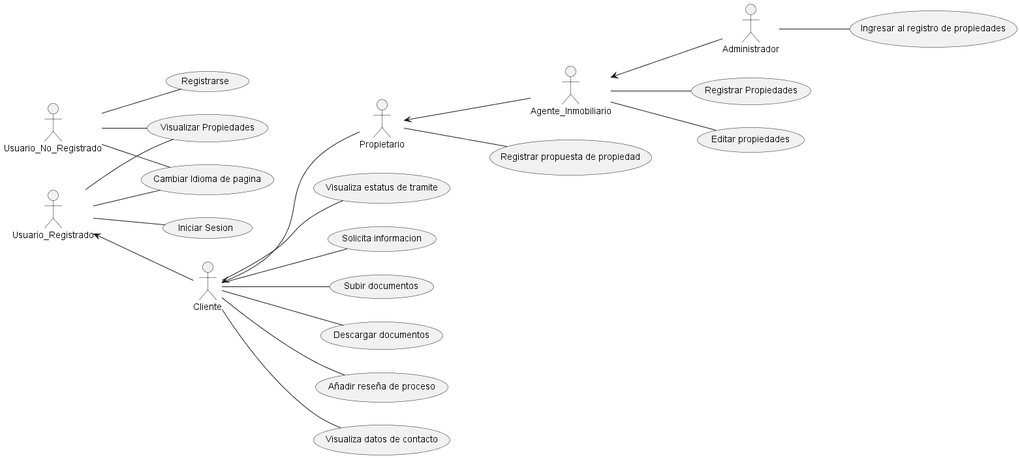
Above: out/UML Kiara/KIARA_Init/KIARA.png in mem0rias/KiaraDev (PlantUML), before the change.
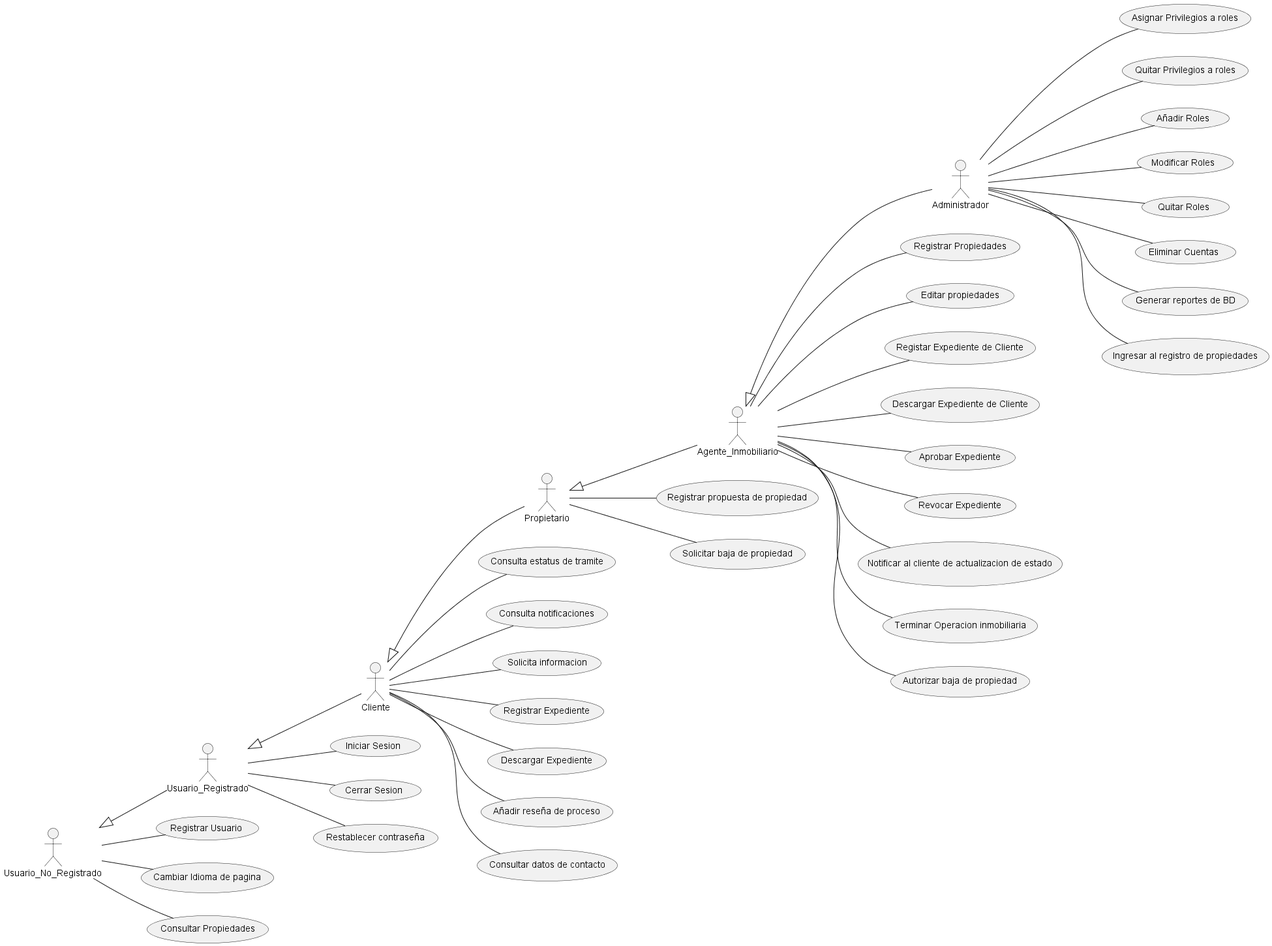
After the commit.

Commit message:
UML completo y corregido

The edit, as a diff of the source:
```diff
@@ -1,4 +1,5 @@
 @startuml KIARA
+
 left to right direction
 :Usuario_No_Registrado:
 :Usuario_Registrado:
@@ -6,46 +7,74 @@
 :Propietario:
 :Agente_Inmobiliario:
 :Administrador:
-(Registrarse) as (reg)
+(Registrar Usuario) as (reg)
+(Cambiar Idioma de pagina) as (traduccion)
+(Consultar Propiedades) as (consultprop)
 (Iniciar Sesion) as (init)
-(Cambiar Idioma de pagina) as (traduccion)
-(Visualizar Propiedades) as (consultprop)
-(Visualiza estatus de tramite) as (consultProc)
+(Cerrar Sesion) as (Logout)
+(Restablecer contraseña) as (fPassword)
+(Consulta estatus de tramite) as (consultProc)
+(Consulta notificaciones) as (CNotifs)
 (Solicita informacion) as (solicinfo)
-(Subir documentos) as (upload_docs)
-(Descargar documentos) as (download_docs)
+(Registrar Expediente) as (upload_docs)
+(Descargar Expediente) as (download_docs)
+(Añadir reseña de proceso) as (review)
+(Consultar datos de contacto) as (contact)
+(Registrar propuesta de propiedad) as (RegisPropuesta)
+(Solicitar baja de propiedad) as (BajaProp)
 (Registrar Propiedades) as (RegisProp)
-(Registrar propuesta de propiedad) as (RegisPropuesta)
 (Editar propiedades) as (Editar_propiedades)
+(Registar Expediente de Cliente) as (RegexpC)
+(Descargar Expediente de Cliente) as (DescexpC)
+(Aprobar Expediente) as (AproveExp)
+(Revocar Expediente) as (RevocExp)
+(Notificar al cliente de actualizacion de estado) as (Notificar)
+(Terminar Operacion inmobiliaria) as (tOperacion)
+(Autorizar baja de propiedad) as (bPropiedad)
+(Asignar Privilegios a roles) as (SetPrivs)
+(Quitar Privilegios a roles)  as (RmPrivs)
+(Añadir Roles) as (addRoles)
+(Modificar Roles) as (ModRoles)
+(Quitar Roles) as (rmRoles)
+(Eliminar Cuentas) as (rmAccount)
+(Generar reportes de BD) as (BDReport)
 (Ingresar al registro de propiedades) as (RegRev)
-(Añadir reseña de proceso) as (review)
-(Visualiza datos de contacto) as (contact)
 
+Usuario_No_Registrado <|-- Usuario_Registrado
+Usuario_Registrado <|-- Cliente
+Cliente <|-- Propietario
+Propietario <|-- Agente_Inmobiliario
+Agente_Inmobiliario <|-- Administrador
 Usuario_No_Registrado -- reg
 Usuario_No_Registrado -- consultprop
 Usuario_No_Registrado -- traduccion
-
-
 Usuario_Registrado -- init
-Usuario_Registrado <-- Cliente
-Cliente <-- Propietario
-Propietario <-- Agente_Inmobiliario
-Agente_Inmobiliario <-- Administrador
-
-Usuario_Registrado -- consultprop
-Usuario_Registrado -- traduccion
-Cliente  -- consultProc
+Usuario_Registrado -- Logout
+Usuario_Registrado -- fPassword
+Cliente -- consultProc
 Cliente -- solicinfo
 Cliente -- upload_docs
 Cliente -- download_docs
 Cliente -- review
 Cliente -- contact
-
+Cliente -- CNotifs
 Propietario -- RegisPropuesta
-
-
+Propietario -- BajaProp
 Agente_Inmobiliario -- RegisProp
 Agente_Inmobiliario -- Editar_propiedades
-
+Agente_Inmobiliario -- DescexpC
+Agente_Inmobiliario -- RegexpC
+Agente_Inmobiliario -- AproveExp
+Agente_Inmobiliario -- RevocExp
+Agente_Inmobiliario -- Notificar
+Agente_Inmobiliario -- tOperacion
+Agente_Inmobiliario -- bPropiedad
 Administrador -- RegRev
+Administrador -- SetPrivs
+Administrador -- RmPrivs
+Administrador -- addRoles
+Administrador -- rmRoles
+Administrador -- rmAccount
+Administrador -- BDReport
+Administrador -- ModRoles
 @enduml
```
